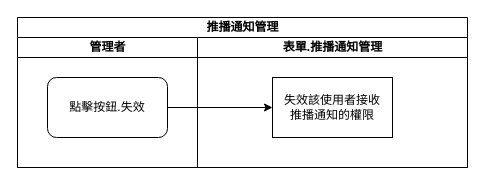
Before: page "失效推播通知" (3 of 5) of 8.10.0/UPDATE/ITEM_2/RTE/diagram/推播通知管理.drawio in ArcareRD/sadocs, a draw.io diagram. Source tidied: cells renumbered, new cells numbered last; positions are measured from the earlier drawing's top-left corner, leaving out a move shared by most shapes. Both pictures are drawn from the tidied source at 100%, with x=0, y=0 at pixel (17, 17).
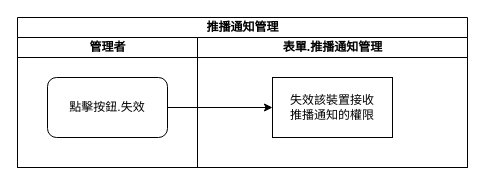
The same diagram, later.

Diff of the diagram source:
```diff
@@
 <mxGraphModel>
   <root>
     <mxCell id="0" />
     <mxCell id="1" parent="0" />
     <mxCell id="2" value="推播通知管理" style="swimlane;html=1;startSize=20;direction=east;" parent="1" vertex="1">
       <mxGeometry width="450" height="150" as="geometry" />
     </mxCell>
     <mxCell id="3" value="管理者" style="swimlane;html=1;startSize=20;" parent="2" vertex="1">
       <mxGeometry y="20" width="180" height="130" as="geometry" />
     </mxCell>
     <mxCell id="4" value="點擊按鈕.失效" style="rounded=1;whiteSpace=wrap;html=1;fontSize=12;" parent="3" vertex="1">
       <mxGeometry x="30" y="40" width="120" height="60" as="geometry" />
     </mxCell>
     <mxCell id="5" style="edgeStyle=orthogonalEdgeStyle;rounded=0;jettySize=auto;html=1;entryX=0;entryY=0.5;entryDx=0;entryDy=0;fontSize=12;" parent="2" edge="1" source="4" target="7">
       <mxGeometry relative="1" as="geometry" />
     </mxCell>
     <mxCell id="6" value="表單.推播通知管理" style="swimlane;html=1;startSize=20;" parent="2" vertex="1">
       <mxGeometry x="180" y="20" width="270" height="130" as="geometry" />
     </mxCell>
-    <mxCell id="7" value="失效該使用者接收&lt;br&gt;推播通知的權限" style="rounded=0;whiteSpace=wrap;html=1;fontSize=12;" parent="6" vertex="1">
+    <mxCell id="7" value="失效該裝置接收&lt;br&gt;推播通知的權限" style="rounded=0;whiteSpace=wrap;html=1;fontSize=12;" parent="6" vertex="1">
       <mxGeometry x="75" y="40" width="120" height="60" as="geometry" />
     </mxCell>
   </root>
 </mxGraphModel>
```
